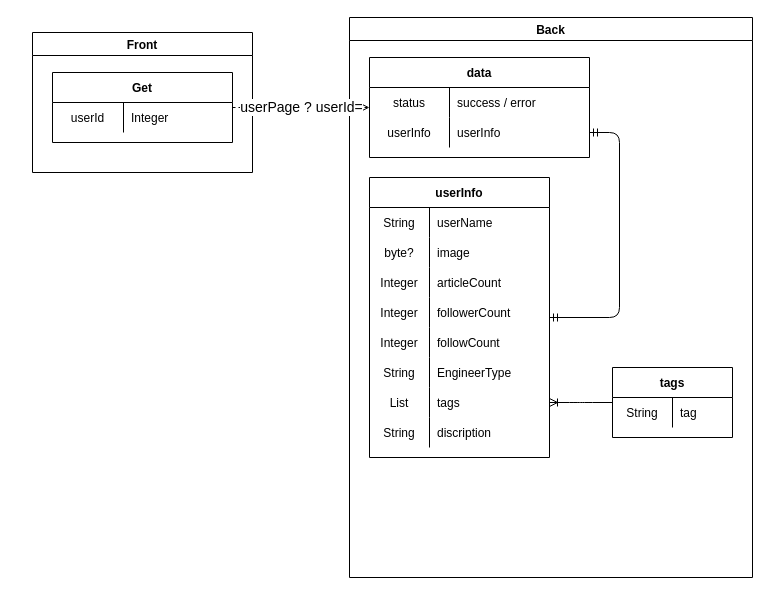
yusuke-rakus/Qiish keeps this draw.io diagram as page "マイページ表示" (4 of 14) of Designs/基本設計.drawio. Above is the earlier version. Source tidied: cells renumbered, new cells numbered last; positions are measured from the earlier drawing's top-left corner, leaving out a move shared by most shapes. Both pictures are drawn from the tidied source at 100%, with x=0, y=0 at pixel (32, 17).
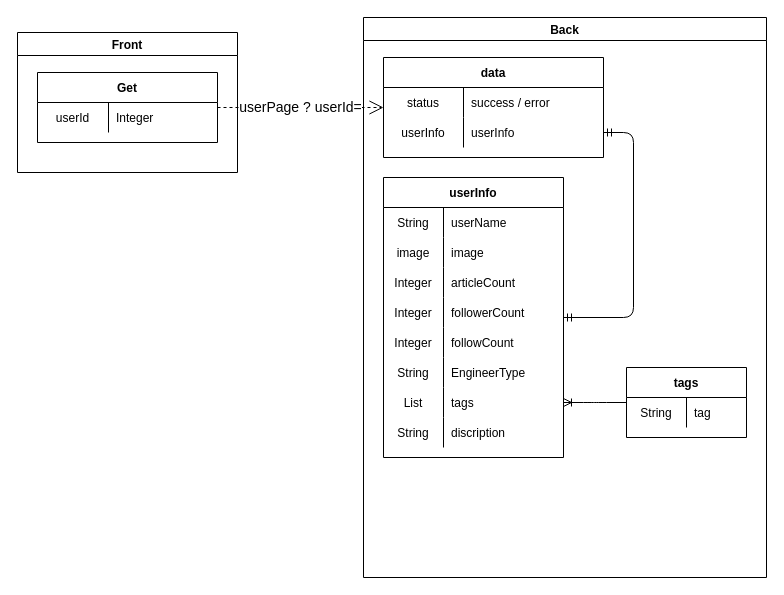
After the change.

Unchanged cells that the change refers to:
```xml
<mxCell id="19" style="shape=partialRectangle;fillColor=none;top=0;left=0;bottom=0;right=0;" parent="15" vertex="1">
  <mxGeometry y="60" width="180" height="30" as="geometry" />
</mxCell>
```

Change to the diagram source:
```diff
@@
     <mxCell id="2" value="Front" style="swimlane;" parent="1" vertex="1">
-      <mxGeometry y="15" width="220" height="140" as="geometry" />
+      <mxGeometry x="-15" y="15" width="220" height="140" as="geometry" />
     </mxCell>
@@
     <mxCell id="7" value="Back" style="swimlane;" parent="1" vertex="1">
-      <mxGeometry x="317" width="403" height="560" as="geometry" />
+      <mxGeometry x="331" width="403" height="560" as="geometry" />
     </mxCell>
@@
-    <mxCell id="20" value="byte?" style="shape=partialRectangle;fillColor=none;top=0;left=0;bottom=0;right=0;overflow=hidden;" parent="19" vertex="1">
+    <mxCell id="20" value="image" style="shape=partialRectangle;fillColor=none;top=0;left=0;bottom=0;right=0;overflow=hidden;" parent="19" vertex="1">
       <mxGeometry width="60" height="30" as="geometry" />
     </mxCell>
```
